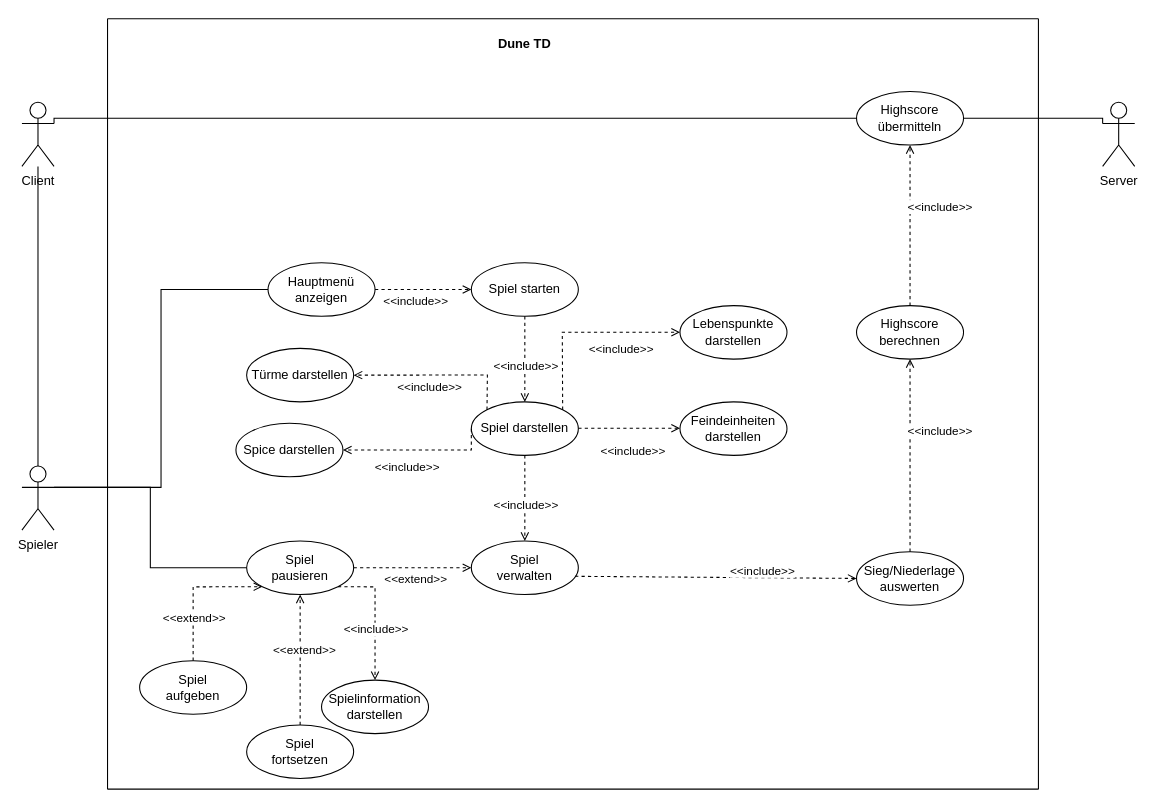
Before: UMLAnwendungsDia.drawio in Mete7-del/hello-world, a draw.io diagram. Source tidied: cells renumbered, new cells numbered last; positions are measured from the earlier drawing's top-left corner, leaving out a move shared by most shapes. Both pictures are drawn from the tidied source at 107%, with x=0, y=0 at pixel (21, 18).
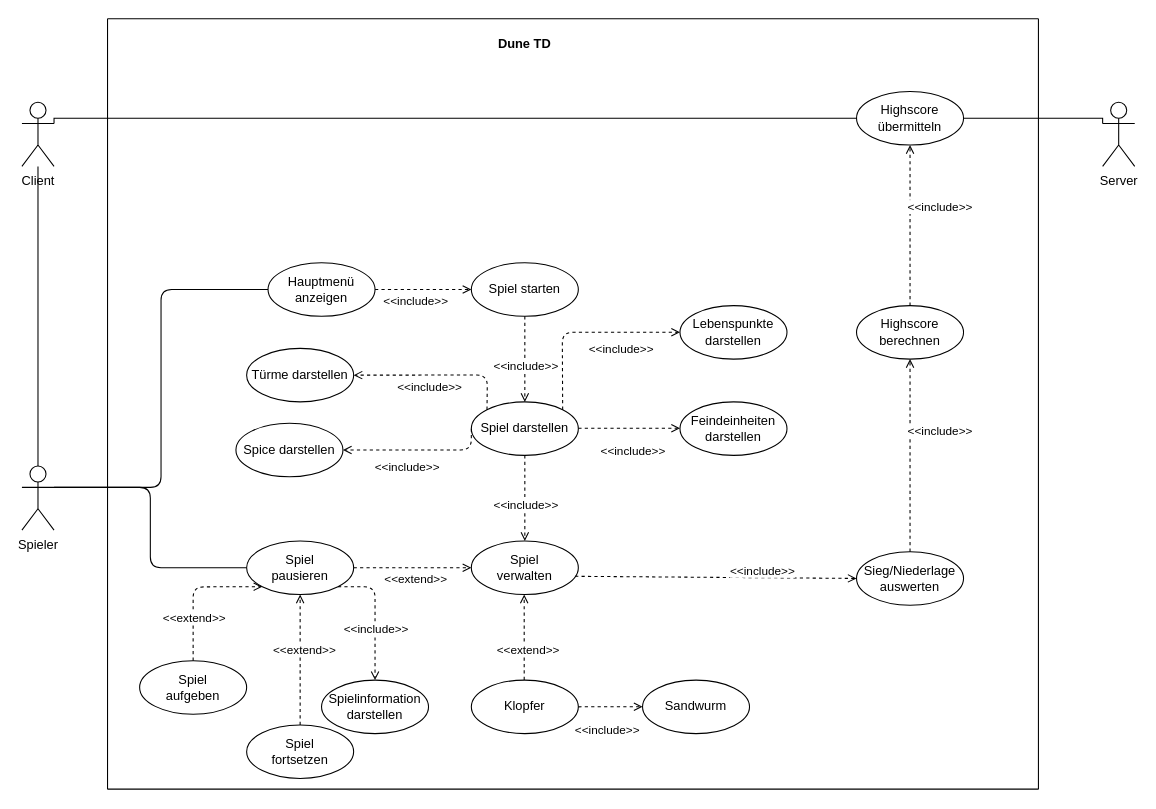
The same diagram, later.

Unchanged cells that the change refers to:
```xml
<mxCell id="8" value="Spieler" style="shape=umlActor;verticalLabelPosition=bottom;verticalAlign=top;html=1;" parent="1" vertex="1">
  <mxGeometry y="418" width="30" height="60" as="geometry" />
</mxCell>
<mxCell id="11" value="&lt;div&gt;Hauptmenü anzeigen&lt;/div&gt;" style="ellipse;whiteSpace=wrap;html=1;" parent="1" vertex="1">
  <mxGeometry x="230" y="228.1" width="100" height="50" as="geometry" />
</mxCell>
<mxCell id="12" value="Türme darstellen" style="ellipse;whiteSpace=wrap;html=1;" parent="1" vertex="1">
  <mxGeometry x="210" y="308.1" width="100" height="50" as="geometry" />
</mxCell>
<mxCell id="13" value="Spice darstellen" style="ellipse;whiteSpace=wrap;html=1;" parent="1" vertex="1">
  <mxGeometry x="200" y="378.1" width="100" height="50" as="geometry" />
</mxCell>
<mxCell id="14" value="Lebenspunkte darstellen" style="ellipse;whiteSpace=wrap;html=1;" parent="1" vertex="1">
  <mxGeometry x="615" y="268.1" width="100" height="50" as="geometry" />
</mxCell>
<mxCell id="15" value="Spiel darstellen" style="ellipse;whiteSpace=wrap;html=1;" parent="1" vertex="1">
  <mxGeometry x="420" y="358.1" width="100" height="50" as="geometry" />
</mxCell>
<mxCell id="24" value="&lt;div&gt;Spiel&lt;/div&gt;&lt;div&gt;pausieren&lt;/div&gt;" style="ellipse;whiteSpace=wrap;html=1;" parent="1" vertex="1">
  <mxGeometry x="210" y="488.1" width="100" height="50" as="geometry" />
</mxCell>
<mxCell id="30" value="&lt;div&gt;Spiel&lt;/div&gt;&lt;div&gt;aufgeben&lt;br&gt;&lt;/div&gt;" style="ellipse;whiteSpace=wrap;html=1;" parent="1" vertex="1">
  <mxGeometry x="110" y="600" width="100" height="50" as="geometry" />
</mxCell>
<mxCell id="36" value="&lt;div&gt;Spielinformation&lt;/div&gt;&lt;div&gt;darstellen&lt;br&gt;&lt;/div&gt;" style="ellipse;whiteSpace=wrap;html=1;" parent="1" vertex="1">
  <mxGeometry x="280" y="618.1" width="100" height="50" as="geometry" />
</mxCell>
```

The edit, as a diff of the source:
```diff
@@
-    <mxCell id="6" style="edgeStyle=orthogonalEdgeStyle;rounded=0;jettySize=auto;html=1;exitX=1;exitY=0.3333333333333333;exitDx=0;exitDy=0;exitPerimeter=0;entryX=0;entryY=0.5;entryDx=0;entryDy=0;endArrow=none;endFill=0;" parent="1" edge="1" source="8" target="11">
+    <mxCell id="6" style="edgeStyle=orthogonalEdgeStyle;rounded=1;jettySize=auto;html=1;exitX=1;exitY=0.3333333333333333;exitDx=0;exitDy=0;exitPerimeter=0;entryX=0;entryY=0.5;entryDx=0;entryDy=0;endArrow=none;endFill=0;" parent="1" edge="1" source="8" target="11">
       <mxGeometry relative="1" as="geometry" />
     </mxCell>
-    <mxCell id="7" style="edgeStyle=orthogonalEdgeStyle;rounded=0;jettySize=auto;html=1;exitX=1;exitY=0.3333333333333333;exitDx=0;exitDy=0;exitPerimeter=0;entryX=0;entryY=0.5;entryDx=0;entryDy=0;endArrow=none;endFill=0;" parent="1" edge="1" source="8" target="24">
+    <mxCell id="7" style="edgeStyle=orthogonalEdgeStyle;rounded=1;jettySize=auto;html=1;exitX=1;exitY=0.3333333333333333;exitDx=0;exitDy=0;exitPerimeter=0;entryX=0;entryY=0.5;entryDx=0;entryDy=0;endArrow=none;endFill=0;" parent="1" edge="1" source="8" target="24">
       <mxGeometry relative="1" as="geometry" />
     </mxCell>
@@
-    <mxCell id="20" style="endArrow=open;html=1;rounded=0;exitX=0;exitY=0.5;exitDx=0;exitDy=0;entryX=1;entryY=0.5;entryDx=0;entryDy=0;dashed=1;endFill=0;" parent="1" edge="1" source="15" target="13">
+    <mxCell id="20" style="endArrow=open;html=1;rounded=1;exitX=0;exitY=0.5;exitDx=0;exitDy=0;entryX=1;entryY=0.5;entryDx=0;entryDy=0;dashed=1;endFill=0;" parent="1" edge="1" source="15" target="13">
       <mxGeometry relative="1" as="geometry">
         <Array as="points">
           <mxPoint x="420" y="403" />
         </Array>
       </mxGeometry>
     </mxCell>
@@
-    <mxCell id="22" style="endArrow=open;html=1;rounded=0;exitX=0;exitY=0;exitDx=0;exitDy=0;entryX=1;entryY=0.5;entryDx=0;entryDy=0;dashed=1;endFill=0;" parent="1" edge="1" source="15" target="12">
+    <mxCell id="22" style="endArrow=open;html=1;rounded=1;exitX=0;exitY=0;exitDx=0;exitDy=0;entryX=1;entryY=0.5;entryDx=0;entryDy=0;dashed=1;endFill=0;" parent="1" edge="1" source="15" target="12">
       <mxGeometry relative="1" as="geometry">
         <Array as="points">
           <mxPoint x="435" y="333" />
         </Array>
       </mxGeometry>
     </mxCell>
@@
-    <mxCell id="32" style="endArrow=open;html=1;rounded=0;entryX=0;entryY=1;entryDx=0;entryDy=0;dashed=1;endFill=0;exitX=0.5;exitY=0;exitDx=0;exitDy=0;" parent="1" edge="1" source="30" target="24">
+    <mxCell id="32" style="endArrow=open;html=1;rounded=1;entryX=0;entryY=1;entryDx=0;entryDy=0;dashed=1;endFill=0;exitX=0.5;exitY=0;exitDx=0;exitDy=0;" parent="1" edge="1" source="30" target="24">
       <mxGeometry relative="1" as="geometry">
         <Array as="points">
           <mxPoint x="160" y="531" />
         </Array>
       </mxGeometry>
     </mxCell>
@@
-    <mxCell id="37" style="endArrow=open;html=1;rounded=0;exitX=1;exitY=1;exitDx=0;exitDy=0;entryX=0.5;entryY=0;entryDx=0;entryDy=0;dashed=1;endFill=0;" parent="1" edge="1" source="24" target="36">
+    <mxCell id="37" style="endArrow=open;html=1;rounded=1;exitX=1;exitY=1;exitDx=0;exitDy=0;entryX=0.5;entryY=0;entryDx=0;entryDy=0;dashed=1;endFill=0;" parent="1" edge="1" source="24" target="36">
       <mxGeometry relative="1" as="geometry">
         <Array as="points">
           <mxPoint x="330" y="531" />
         </Array>
       </mxGeometry>
     </mxCell>
@@
-    <mxCell id="54" style="endArrow=open;html=1;rounded=0;exitX=1;exitY=0;exitDx=0;exitDy=0;dashed=1;endFill=0;entryX=0;entryY=0.5;entryDx=0;entryDy=0;orthogonal=0;" parent="1" edge="1" source="15" target="14">
+    <mxCell id="54" style="endArrow=open;html=1;rounded=1;exitX=1;exitY=0;exitDx=0;exitDy=0;dashed=1;endFill=0;entryX=0;entryY=0.5;entryDx=0;entryDy=0;orthogonal=0;" parent="1" edge="1" source="15" target="14">
       <mxGeometry relative="1" as="geometry">
         <Array as="points">
           <mxPoint x="505" y="293" />
         </Array>
       </mxGeometry>
     </mxCell>
@@
+    <mxCell id="58" style="endArrow=open;html=1;rounded=0;exitX=0.5;exitY=0;exitDx=0;exitDy=0;entryX=0.5;entryY=1;entryDx=0;entryDy=0;dashed=1;endFill=0;" parent="1" edge="1">
+      <mxGeometry relative="1" as="geometry">
+        <mxPoint x="469.4" y="660" as="sourcePoint" />
+        <mxPoint x="469.4" y="538.2" as="targetPoint" />
+      </mxGeometry>
+    </mxCell>
+    <mxCell id="59" value="&amp;lt;&amp;lt;extend&amp;gt;&amp;gt;" style="edgeLabel;html=1;align=center;verticalAlign=middle;" parent="58" vertex="1">
+      <mxGeometry x="0.33" relative="1" as="geometry">
+        <mxPoint x="3" y="10" as="offset" />
+      </mxGeometry>
+    </mxCell>
+    <mxCell id="60" value="&lt;div&gt;Klopfer&lt;/div&gt;" style="ellipse;whiteSpace=wrap;html=1;" parent="1" vertex="1">
+      <mxGeometry x="420" y="618.1" width="100" height="50" as="geometry" />
+    </mxCell>
+    <mxCell id="61" value="&lt;div&gt;Sandwurm&lt;/div&gt;" style="ellipse;whiteSpace=wrap;html=1;" parent="1" vertex="1">
+      <mxGeometry x="580" y="618.1" width="100" height="50" as="geometry" />
+    </mxCell>
+    <mxCell id="62" style="endArrow=open;html=1;rounded=0;exitX=1;exitY=0.5;exitDx=0;exitDy=0;dashed=1;endFill=0;" parent="1" edge="1" source="60">
+      <mxGeometry relative="1" as="geometry">
+        <mxPoint x="580" y="643" as="targetPoint" />
+      </mxGeometry>
+    </mxCell>
+    <mxCell id="63" value="&amp;lt;&amp;lt;include&amp;gt;&amp;gt;" style="edgeLabel;html=1;align=center;verticalAlign=middle;" parent="62" vertex="1">
+      <mxGeometry x="0.33" relative="1" as="geometry">
+        <mxPoint x="-13" y="21" as="offset" />
+      </mxGeometry>
+    </mxCell>
```
